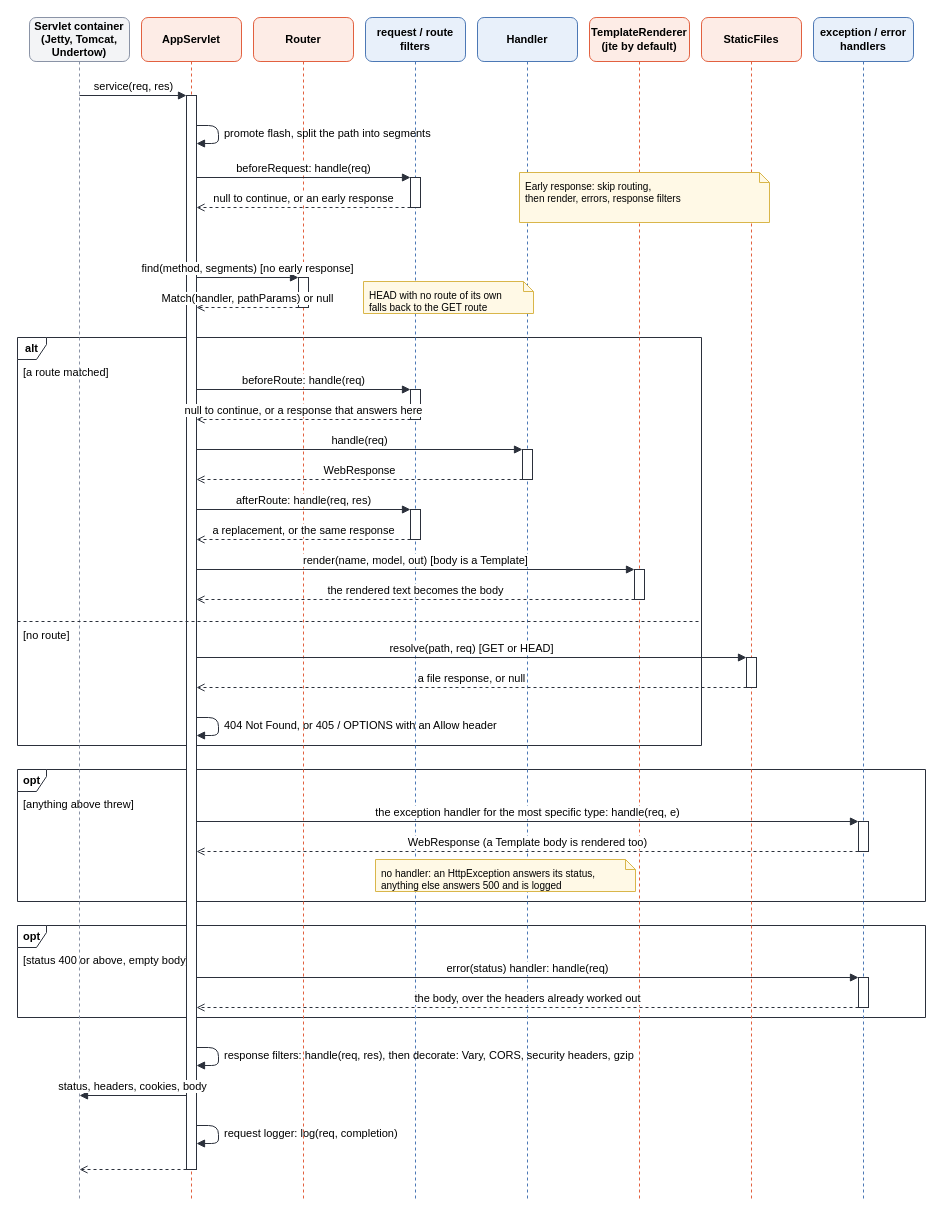
The draw.io diagram manual/diagrams/request-pipeline.drawio in benelog/spider-silk, before the edit. Source tidied: cells renumbered, new cells numbered last; positions are measured from the earlier drawing's top-left corner, leaving out a move shared by most shapes. Both pictures are drawn from the tidied source at 100%, with x=0, y=0 at pixel (17, 17).
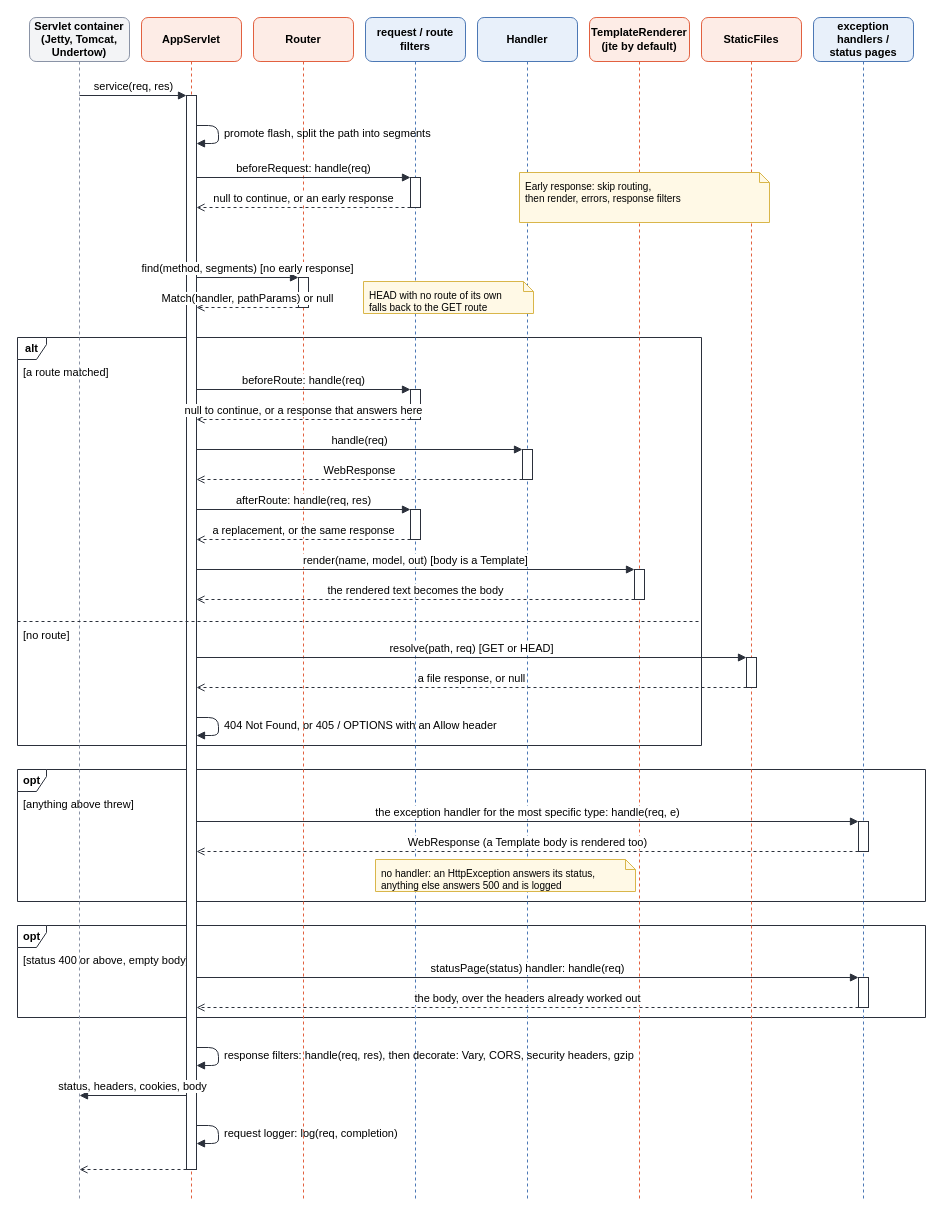
After the change.

Diff of the diagram source:
```diff
@@
-    <mxCell id="15" value="exception / error&lt;br&gt;handlers" style="shape=umlLifeline;perimeter=lifelinePerimeter;whiteSpace=wrap;html=1;size=44;rounded=1;fontSize=11;fontStyle=1;fontFamily=Helvetica;fillColor=#e8f0fa;strokeColor=#4c78b5;" parent="1" vertex="1">
+    <mxCell id="15" value="exception handlers /&lt;br&gt;status pages" style="shape=umlLifeline;perimeter=lifelinePerimeter;whiteSpace=wrap;html=1;size=44;rounded=1;fontSize=11;fontStyle=1;fontFamily=Helvetica;fillColor=#e8f0fa;strokeColor=#4c78b5;" parent="1" vertex="1">
       <mxGeometry x="796" width="100" height="1182" as="geometry" />
     </mxCell>
@@
-    <mxCell id="48" value="error(status) handler: handle(req)" style="html=1;verticalAlign=bottom;endArrow=block;endFill=1;strokeColor=#2b303b;fontSize=11;fontFamily=Helvetica;" parent="1" edge="1">
+    <mxCell id="48" value="statusPage(status) handler: handle(req)" style="html=1;verticalAlign=bottom;endArrow=block;endFill=1;strokeColor=#2b303b;fontSize=11;fontFamily=Helvetica;" parent="1" edge="1">
       <mxGeometry relative="1" as="geometry">
         <mxPoint x="179" y="960" as="sourcePoint" />
         <mxPoint x="841" y="960" as="targetPoint" />
       </mxGeometry>
     </mxCell>
```
